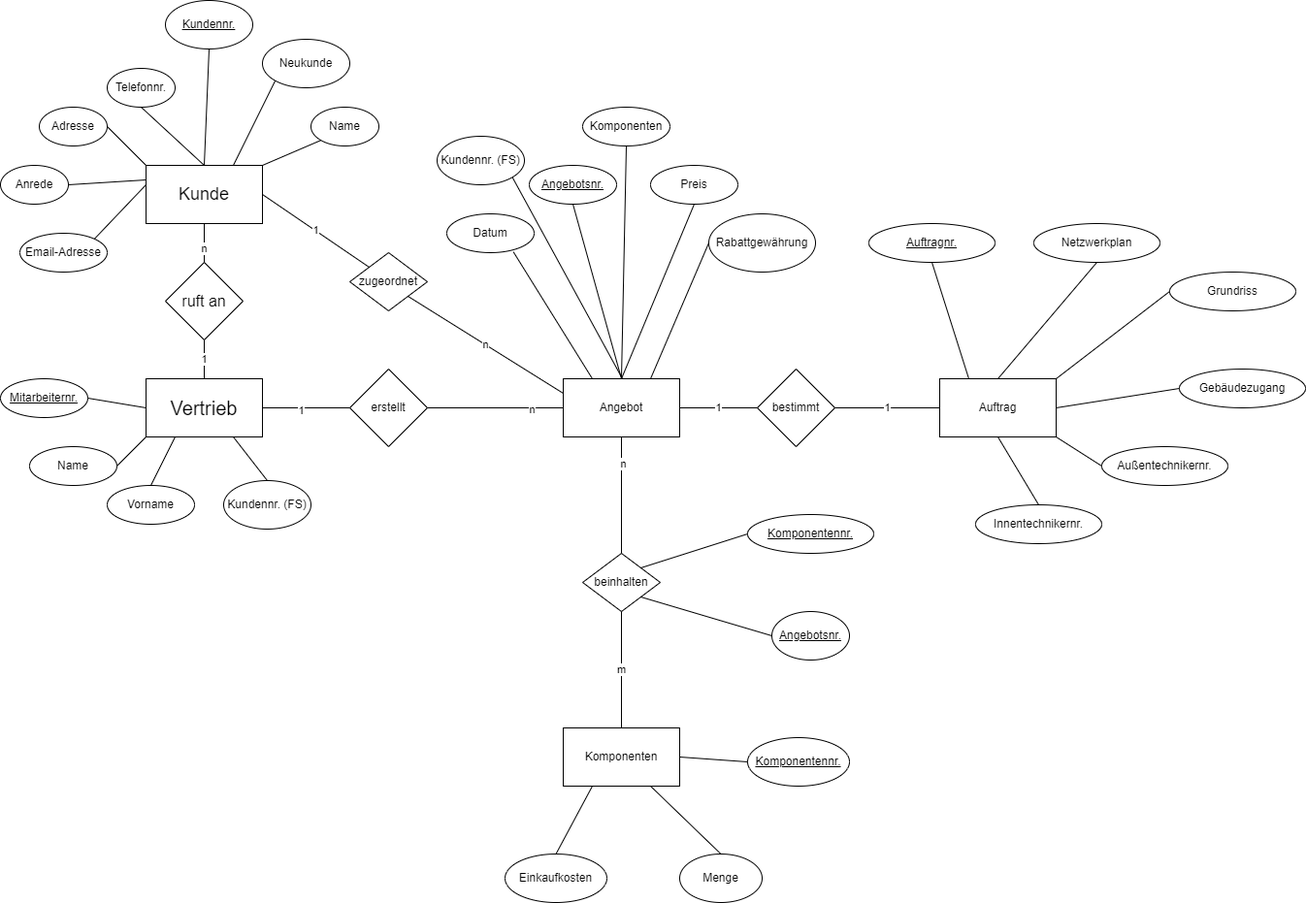
This is images/ERM-Model.png from insgeheime4ergruppe/Projekt-1, a draw.io export, as it was before one commit. Source tidied: cells renumbered, new cells last; positions are measured from the earlier drawing's top-left corner, leaving out a move shared by most shapes.
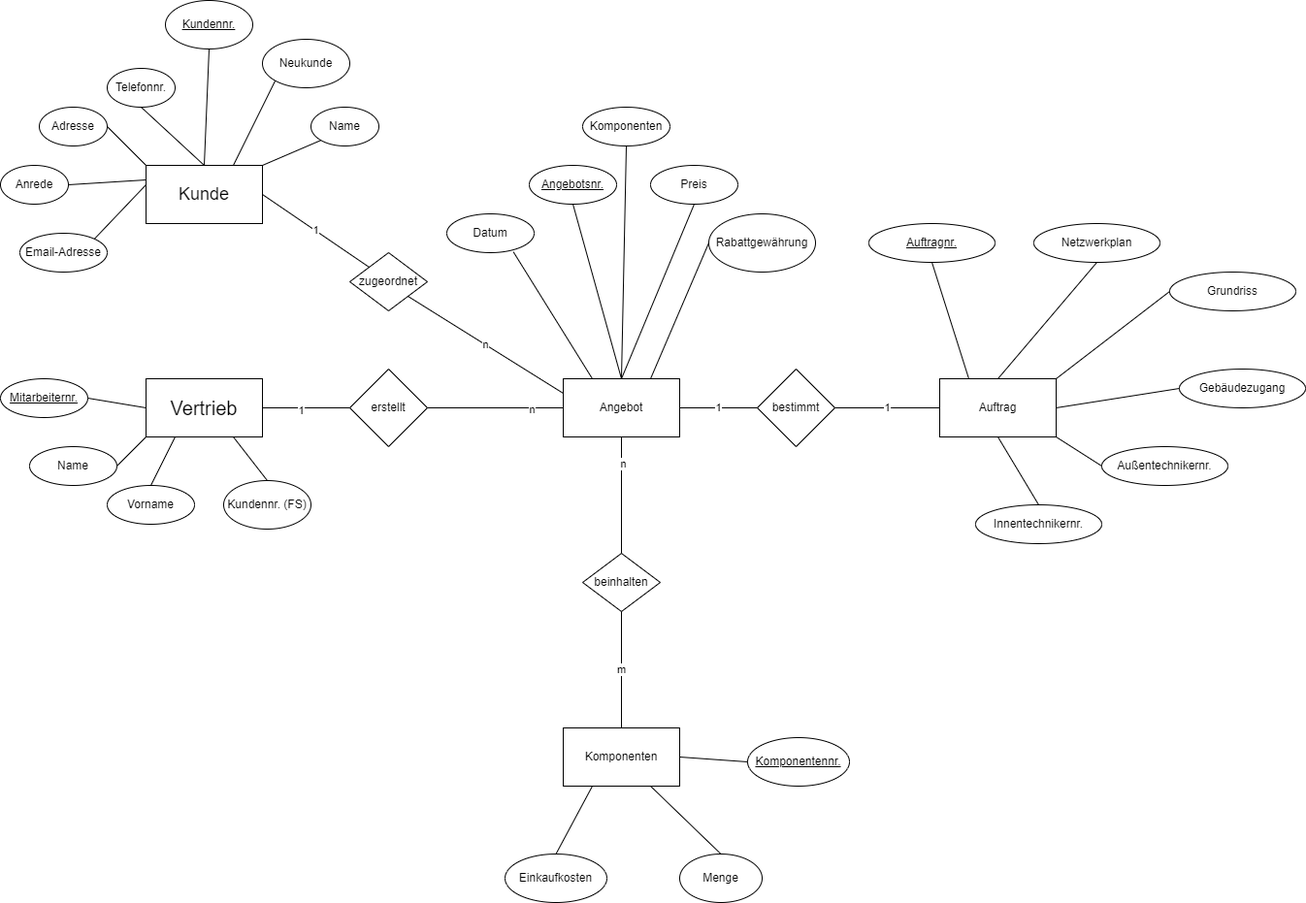
Later version of the same file.

The edit, as a diff of the source:
```diff
@@ -43,18 +43,6 @@
     <mxCell id="14" style="endArrow=none;html=1;rounded=0;entryX=0.5;entryY=1;entryDx=0;entryDy=0;exitX=0.5;exitY=0;exitDx=0;exitDy=0;strokeWidth=1;" parent="1" edge="1" source="2" target="5">
       <mxGeometry relative="1" as="geometry" />
     </mxCell>
-    <mxCell id="15" value="&lt;u&gt;Komponentennr. &lt;/u&gt;" style="ellipse;whiteSpace=wrap;html=1;strokeWidth=1;" parent="1" vertex="1">
-      <mxGeometry x="770" y="530" width="130" height="40" as="geometry" />
-    </mxCell>
-    <mxCell id="16" value="&lt;u&gt;Angebotsnr.&lt;/u&gt;" style="ellipse;whiteSpace=wrap;html=1;strokeWidth=1;" parent="1" vertex="1">
-      <mxGeometry x="795" y="630" width="80" height="50" as="geometry" />
-    </mxCell>
-    <mxCell id="17" style="endArrow=none;html=1;rounded=0;entryX=0;entryY=0.5;entryDx=0;entryDy=0;exitX=1;exitY=0;exitDx=0;exitDy=0;strokeWidth=1;" parent="1" edge="1" source="25" target="15">
-      <mxGeometry relative="1" as="geometry" />
-    </mxCell>
-    <mxCell id="18" style="endArrow=none;html=1;rounded=0;entryX=0;entryY=0.5;entryDx=0;entryDy=0;exitX=1;exitY=1;exitDx=0;exitDy=0;strokeWidth=1;" parent="1" edge="1" source="25" target="16">
-      <mxGeometry relative="1" as="geometry" />
-    </mxCell>
     <mxCell id="19" value="Menge" style="ellipse;whiteSpace=wrap;html=1;strokeWidth=1;" parent="1" vertex="1">
       <mxGeometry x="700" y="880" width="85" height="50" as="geometry" />
     </mxCell>
@@ -79,9 +67,6 @@
     <mxCell id="26" value="&lt;font style=&quot;font-size: 20px;&quot;&gt;Vertrieb&lt;/font&gt;" style="rounded=0;whiteSpace=wrap;html=1;strokeWidth=1;" parent="1" vertex="1">
       <mxGeometry x="150" y="390" width="120" height="60" as="geometry" />
     </mxCell>
-    <mxCell id="27" value="&lt;font style=&quot;font-size: 16px;&quot;&gt;ruft an&lt;/font&gt;" style="rhombus;whiteSpace=wrap;html=1;strokeWidth=1;" parent="1" vertex="1">
-      <mxGeometry x="170" y="270" width="80" height="80" as="geometry" />
-    </mxCell>
     <mxCell id="28" value="Angebot" style="rounded=0;whiteSpace=wrap;html=1;strokeWidth=1;" parent="1" vertex="1">
       <mxGeometry x="580" y="390" width="120" height="60" as="geometry" />
     </mxCell>
@@ -175,15 +160,6 @@
     <mxCell id="58" style="endArrow=none;html=1;rounded=0;entryX=0;entryY=0.5;entryDx=0;entryDy=0;exitX=0.75;exitY=0;exitDx=0;exitDy=0;" parent="1" edge="1" source="28" target="52">
       <mxGeometry relative="1" as="geometry" />
     </mxCell>
-    <mxCell id="59" style="endArrow=none;html=1;rounded=0;entryX=0.5;entryY=1;entryDx=0;entryDy=0;exitX=0.5;exitY=0;exitDx=0;exitDy=0;" parent="1" edge="1" source="27" target="2">
-      <mxGeometry relative="1" as="geometry" />
-    </mxCell>
-    <mxCell id="60" value="n" style="edgeLabel;html=1;align=center;verticalAlign=middle;" parent="59" vertex="1">
-      <mxGeometry x="-0.26" y="1" relative="1" as="geometry" />
-    </mxCell>
-    <mxCell id="61" value="1" style="endArrow=none;html=1;rounded=0;entryX=0.5;entryY=1;entryDx=0;entryDy=0;exitX=0.5;exitY=0;exitDx=0;exitDy=0;" parent="1" edge="1" source="26" target="27">
-      <mxGeometry relative="1" as="geometry" />
-    </mxCell>
     <mxCell id="62" style="endArrow=none;html=1;rounded=0;exitX=1;exitY=0.5;exitDx=0;exitDy=0;entryX=0;entryY=0.5;entryDx=0;entryDy=0;" parent="1" edge="1" source="26" target="29">
       <mxGeometry relative="1" as="geometry" />
     </mxCell>
@@ -226,15 +202,6 @@
     <mxCell id="75" value="n" style="endArrow=none;html=1;rounded=0;entryX=1;entryY=1;entryDx=0;entryDy=0;exitX=0;exitY=0.25;exitDx=0;exitDy=0;" parent="1" edge="1" source="28" target="73">
       <mxGeometry relative="1" as="geometry" />
     </mxCell>
-    <mxCell id="76" value="Kundennr. (FS)" style="ellipse;whiteSpace=wrap;html=1;strokeWidth=1;" parent="1" vertex="1">
-      <mxGeometry x="450" y="140" width="90" height="50" as="geometry" />
-    </mxCell>
-    <mxCell id="77" style="endArrow=none;html=1;rounded=0;entryX=1;entryY=1;entryDx=0;entryDy=0;exitX=0.5;exitY=0;exitDx=0;exitDy=0;" parent="1" edge="1">
-      <mxGeometry relative="1" as="geometry">
-        <mxPoint x="641" y="390" as="sourcePoint" />
-        <mxPoint x="527.8" y="182.7" as="targetPoint" />
-      </mxGeometry>
-    </mxCell>
     <mxCell id="78" value="Neukunde" style="ellipse;whiteSpace=wrap;html=1;strokeWidth=1;" parent="1" vertex="1">
       <mxGeometry x="270" y="40" width="90" height="50" as="geometry" />
     </mxCell>
```
